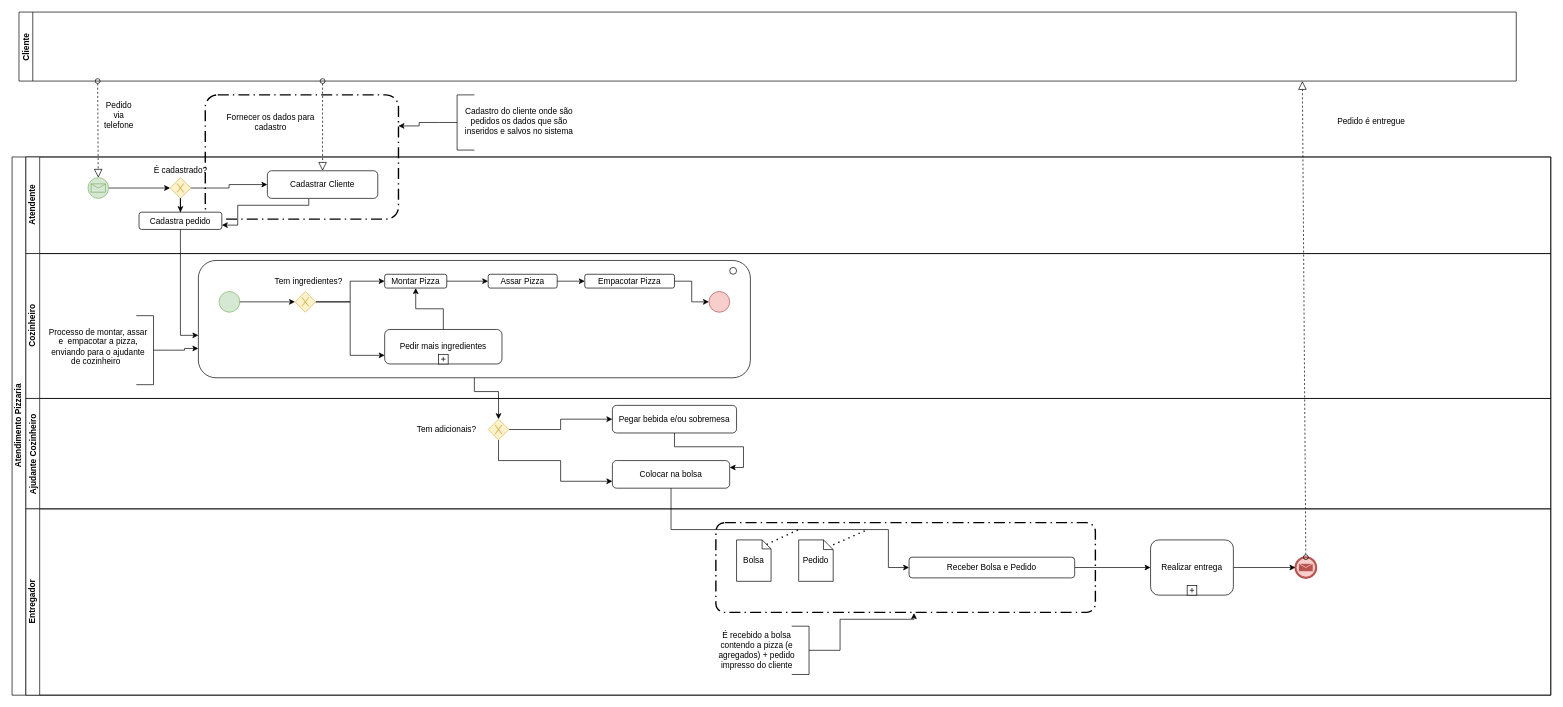
Above: trabalho2.drawio in gusleaooliveira/bpmn (draw.io), before the change. Source tidied: cells renumbered, new cells numbered last; positions are measured from the earlier drawing's top-left corner, leaving out a move shared by most shapes. Both pictures are drawn from the tidied source at 69%, with x=0, y=0 at pixel (12, 12).
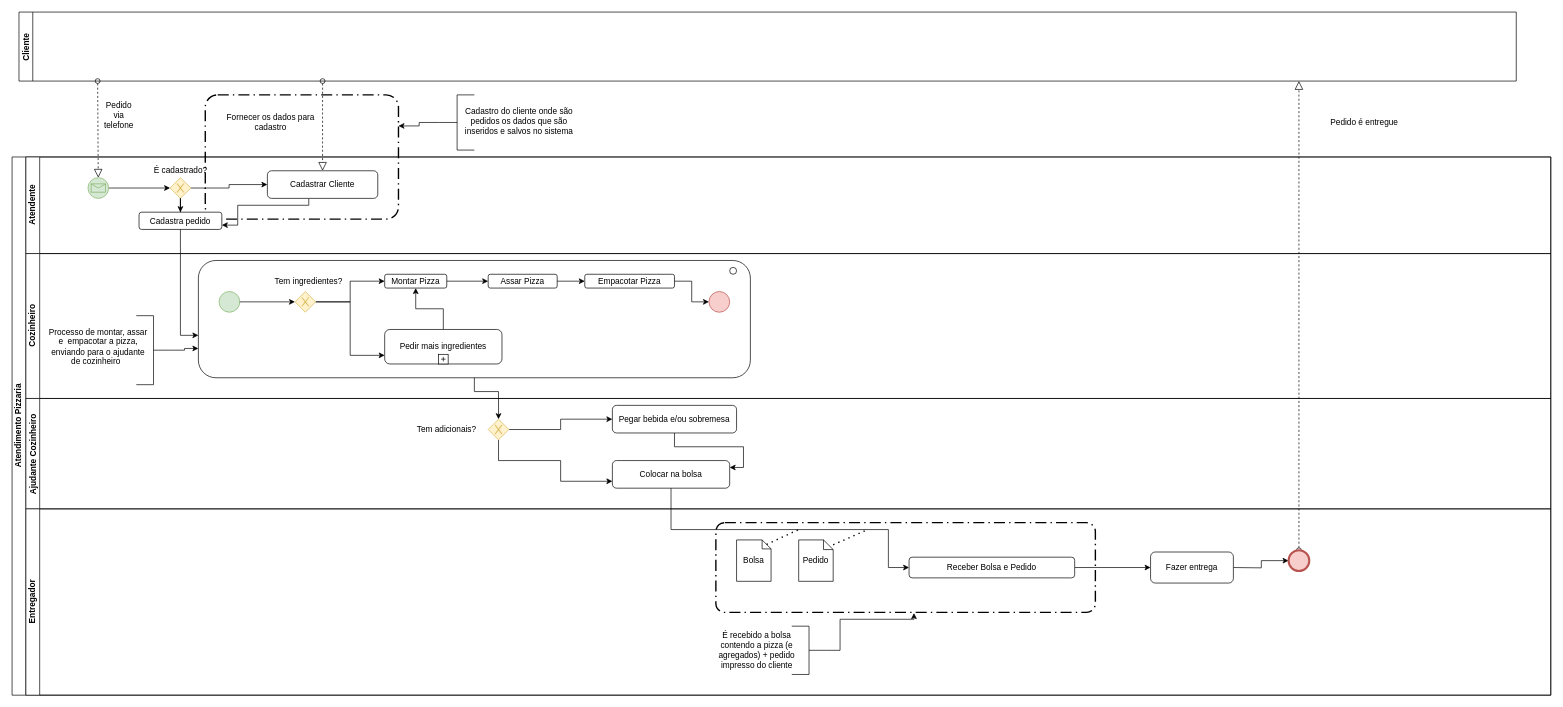
The same diagram, later.

The change refers to these unchanged cells:
```xml
<mxCell id="55" value="Entregador" style="swimlane;html=1;startSize=20;horizontal=0;" parent="11" vertex="1">
  <mxGeometry x="20" y="510" width="2210" height="270" as="geometry" />
</mxCell>
<mxCell id="61" value="Receber Bolsa e Pedido" style="shape=ext;rounded=1;html=1;whiteSpace=wrap;" parent="55" vertex="1">
  <mxGeometry x="1280" y="70" width="240" height="30" as="geometry" />
</mxCell>
```

Change to the diagram source:
```diff
@@
-    <mxCell id="60" style="edgeStyle=orthogonalEdgeStyle;rounded=0;jettySize=auto;html=1;" parent="55" edge="1" source="61" target="64">
+    <mxCell id="60" style="edgeStyle=orthogonalEdgeStyle;rounded=0;jettySize=auto;html=1;" parent="55" edge="1" source="61" target="73">
       <mxGeometry relative="1" as="geometry" />
     </mxCell>
@@
-    <mxCell id="62" style="shape=mxgraph.bpmn.shape;html=1;verticalLabelPosition=bottom;labelBackgroundColor=#ffffff;verticalAlign=top;align=center;perimeter=ellipsePerimeter;outlineConnect=0;outline=end;symbol=message;fillColor=#f8cecc;strokeColor=#b85450;" parent="55" vertex="1">
-      <mxGeometry x="1840" y="70" width="30" height="30" as="geometry" />
-    </mxCell>
-    <mxCell id="63" style="edgeStyle=orthogonalEdgeStyle;rounded=0;jettySize=auto;html=1;" parent="55" edge="1" source="64" target="62">
-      <mxGeometry relative="1" as="geometry" />
+    <mxCell id="63" style="edgeStyle=orthogonalEdgeStyle;rounded=0;jettySize=auto;html=1;" parent="55" edge="1" target="72">
+      <mxGeometry relative="1" as="geometry">
+        <mxPoint x="1750" y="85" as="sourcePoint" />
+      </mxGeometry>
     </mxCell>
-    <mxCell id="64" value="Realizar entrega" style="html=1;whiteSpace=wrap;rounded=1;" parent="55" vertex="1">
-      <mxGeometry x="1630" y="45" width="120" height="80" as="geometry" />
-    </mxCell>
-    <mxCell id="65" style="html=1;shape=plus;" parent="64" vertex="1">
-      <mxGeometry x="0.5" y="1" width="14" height="14" relative="1" as="geometry">
-        <mxPoint x="-7" y="-14" as="offset" />
-      </mxGeometry>
-    </mxCell>
+    <mxCell id="70" style="startArrow=oval;startFill=0;startSize=7;endArrow=block;endFill=0;endSize=10;dashed=1;html=1;exitX=0.5;exitY=0;exitDx=0;exitDy=0;" parent="55" edge="1" source="72">
+      <mxGeometry relative="1" as="geometry">
+        <mxPoint x="1845" y="-620" as="targetPoint" />
+      </mxGeometry>
+    </mxCell>
+    <mxCell id="72" style="shape=mxgraph.bpmn.shape;html=1;verticalLabelPosition=bottom;labelBackgroundColor=#ffffff;verticalAlign=top;align=center;perimeter=ellipsePerimeter;outlineConnect=0;outline=end;symbol=general;fillColor=#f8cecc;strokeColor=#b85450;" parent="55" vertex="1">
+      <mxGeometry x="1830" y="60" width="30" height="30" as="geometry" />
+    </mxCell>
+    <mxCell id="73" value="Fazer entrega" style="shape=ext;rounded=1;html=1;whiteSpace=wrap;" parent="55" vertex="1">
+      <mxGeometry x="1630" y="62.5" width="120" height="45" as="geometry" />
+    </mxCell>
@@
-    <mxCell id="70" style="startArrow=oval;startFill=0;startSize=7;endArrow=block;endFill=0;endSize=10;dashed=1;html=1;exitX=0.5;exitY=0;exitDx=0;exitDy=0;" parent="1" edge="1" source="62">
-      <mxGeometry relative="1" as="geometry">
-        <mxPoint x="1870" y="100" as="targetPoint" />
-      </mxGeometry>
-    </mxCell>
     <mxCell id="71" value="Pedido é entregue" style="text;html=1;strokeColor=none;fillColor=none;align=center;verticalAlign=middle;whiteSpace=wrap;rounded=0;" parent="1" vertex="1">
-      <mxGeometry x="1880" y="127.5" width="180" height="60" as="geometry" />
+      <mxGeometry x="1870" y="130" width="180" height="60" as="geometry" />
     </mxCell>
```
